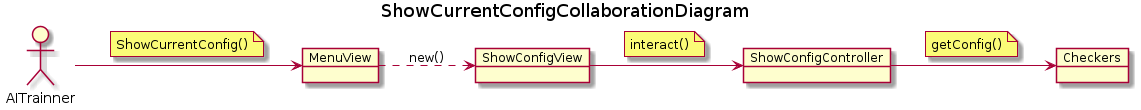
The PlantUML diagram docs/output/analysis/use-cases/ShowCurrentConfigCollaborationDiagram.png in Master-Desarrollo-20-21/patrones-diseno---practica-final---juego-de-las-damas-fraylopez, before a commit.
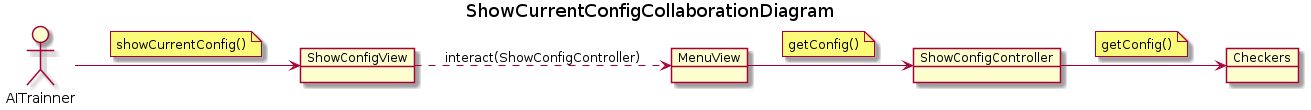
After the change.

Change to the diagram source:
```diff
@@ -6,18 +6,17 @@
 actor AITrainner
 object MenuView
 object ShowConfigView
-AITrainner --> MenuView
+AITrainner --> ShowConfigView
 note on link
-ShowCurrentConfig()
+showCurrentConfig()
 end note
 
-MenuView ..> ShowConfigView : new()
-
+ShowConfigView ..> MenuView  : interact(ShowConfigController)
 
 object ShowConfigController
-ShowConfigView --> ShowConfigController
+MenuView --> ShowConfigController
 note on link
-interact()
+getConfig()
 end note
 
 object Checkers
```
